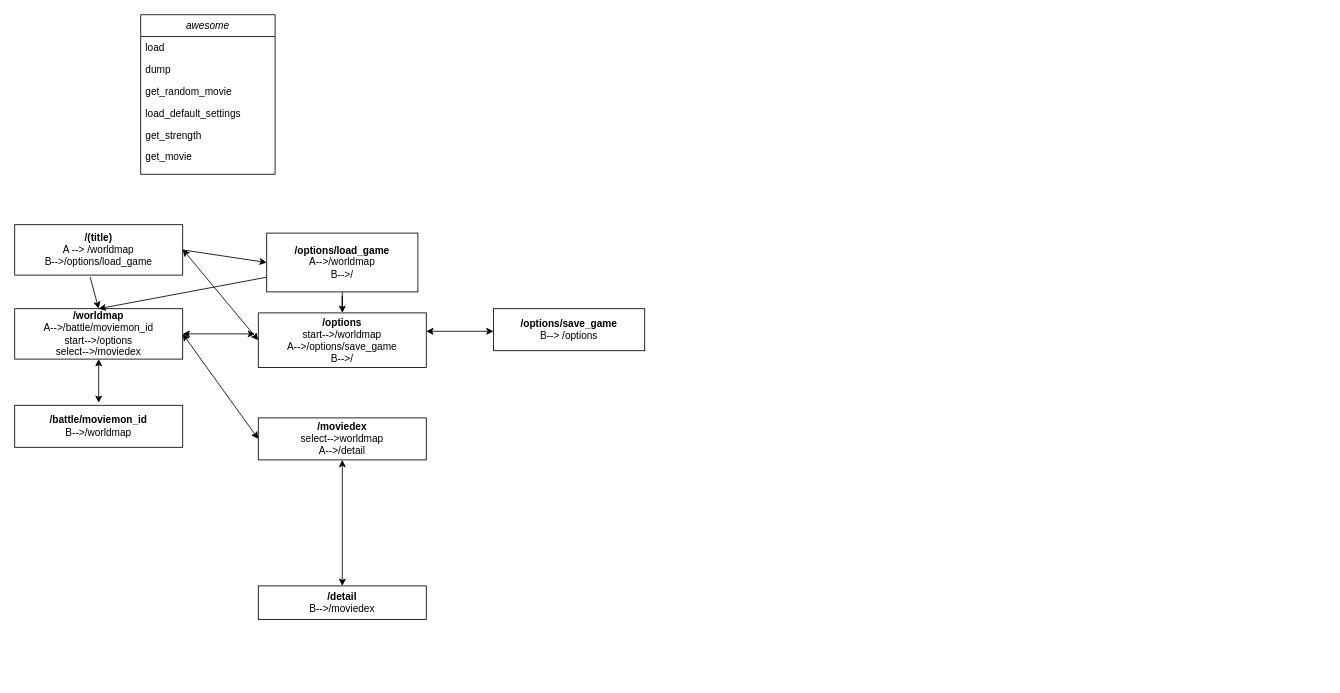
Above: Untitled Diagram.drawio in weg901127/mooviemon (draw.io), before the change. Source tidied: cells renumbered, new cells numbered last; positions are measured from the earlier drawing's top-left corner, leaving out a move shared by most shapes. Both pictures are drawn from the tidied source at 84%, with x=0, y=0 at pixel (14, 14).
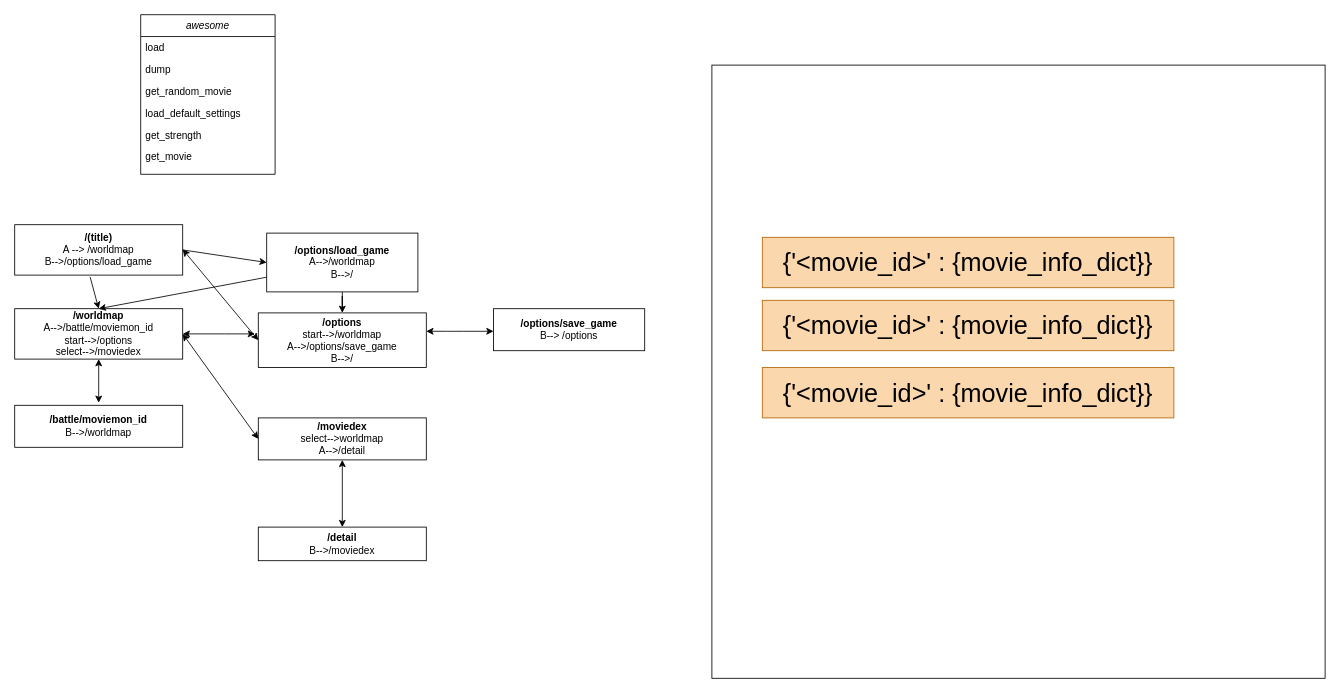
The same page after the edit.

Diff of the diagram source:
```diff
@@
     <mxCell id="12" value="&lt;b&gt;/detail&lt;/b&gt;&lt;br&gt;B--&amp;gt;/moviedex" style="rounded=0;whiteSpace=wrap;html=1;" parent="1" vertex="1">
-      <mxGeometry x="290" y="680" width="200" height="40" as="geometry" />
+      <mxGeometry x="290" y="610" width="200" height="40" as="geometry" />
     </mxCell>
@@
+    <mxCell id="27" style="whiteSpace=wrap;html=1;fillColor=none;" parent="1" vertex="1">
+      <mxGeometry x="830" y="60" width="730" height="730" as="geometry" />
+    </mxCell>
+    <mxCell id="28" value="&lt;font style=&quot;font-size: 30px&quot;&gt;{'&amp;lt;movie_id&amp;gt;' : {movie_info_dict}}&lt;/font&gt;" style="rounded=0;whiteSpace=wrap;html=1;fillColor=#fad7ac;strokeColor=#b46504;" parent="1" vertex="1">
+      <mxGeometry x="890" y="420" width="490" height="60" as="geometry" />
+    </mxCell>
+    <mxCell id="29" value="&lt;font style=&quot;font-size: 30px&quot;&gt;{'&amp;lt;movie_id&amp;gt;' : {movie_info_dict}}&lt;/font&gt;" style="rounded=0;whiteSpace=wrap;html=1;fillColor=#fad7ac;strokeColor=#b46504;" parent="1" vertex="1">
+      <mxGeometry x="890" y="340" width="490" height="60" as="geometry" />
+    </mxCell>
+    <mxCell id="30" value="&lt;font style=&quot;font-size: 30px&quot;&gt;{'&amp;lt;movie_id&amp;gt;' : {movie_info_dict}}&lt;/font&gt;" style="rounded=0;whiteSpace=wrap;html=1;fillColor=#fad7ac;strokeColor=#b46504;" parent="1" vertex="1">
+      <mxGeometry x="890" y="265" width="490" height="60" as="geometry" />
+    </mxCell>
```
